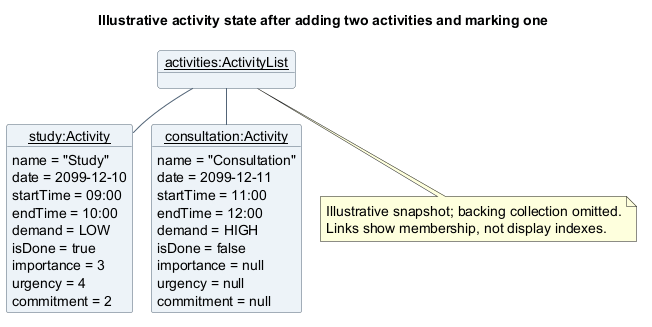
Before: docs/images/atharva/object/ActivityStateSnapshot.png, a diagram exported from PlantUML (AY2627S1-CS2113-T10-4/tp). Its diagram source:
```plantuml
@startuml
!pragma layout smetana
title Illustrative activity state after adding two activities and marking one
skinparam backgroundColor white
skinparam shadowing false
skinparam defaultFontName SansSerif
skinparam defaultFontSize 14
skinparam objectBackgroundColor #EDF3F8
skinparam objectBorderColor #526477
skinparam ArrowColor #526477
object "<u>activities:ActivityList</u>" as Activities
object "<u>study:Activity</u>" as Study {
  name = "Study"
  date = 2099-12-10
  startTime = 09:00
  endTime = 10:00
  demand = LOW
  isDone = true
  importance = 3
  urgency = 4
  commitment = 2
}
object "<u>consultation:Activity</u>" as Consultation {
  name = "Consultation"
  date = 2099-12-11
  startTime = 11:00
  endTime = 12:00
  demand = HIGH
  isDone = false
  importance = null
  urgency = null
  commitment = null
}
Activities -- Study
Activities -- Consultation
note bottom of Activities
  Illustrative snapshot; backing collection omitted.
  Links show membership, not display indexes.
end note
@enduml
```
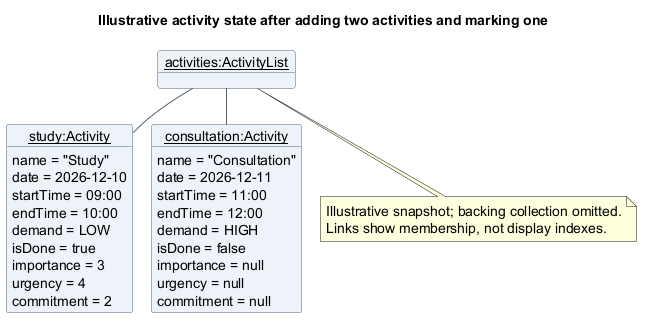
Later version of the same file.

Commit message:
docs(uml): use 2026 dates in the activity object snapshot

Replace the illustrative Study and Consultation dates from 2099 with December 2026 and regenerate the PNG so the displayed snapshot matches its PlantUML source. Preserve existing author attribution and all other activity state.

What changed in the source:
```diff
@@ -11,7 +11,7 @@
 object "<u>activities:ActivityList</u>" as Activities
 object "<u>study:Activity</u>" as Study {
   name = "Study"
-  date = 2099-12-10
+  date = 2026-12-10
   startTime = 09:00
   endTime = 10:00
   demand = LOW
@@ -22,7 +22,7 @@
 }
 object "<u>consultation:Activity</u>" as Consultation {
   name = "Consultation"
-  date = 2099-12-11
+  date = 2026-12-11
   startTime = 11:00
   endTime = 12:00
   demand = HIGH
```
